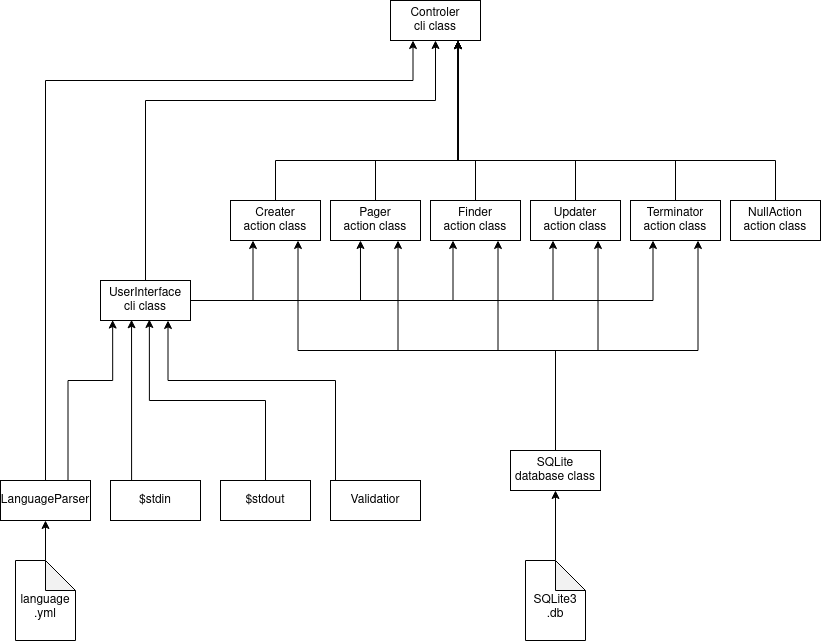
Above: diagram.png in Matt-Warnock/contact-book (draw.io), before the change. Source tidied: cells renumbered, new cells last; positions are measured from the earlier drawing's top-left corner, leaving out a move shared by most shapes.
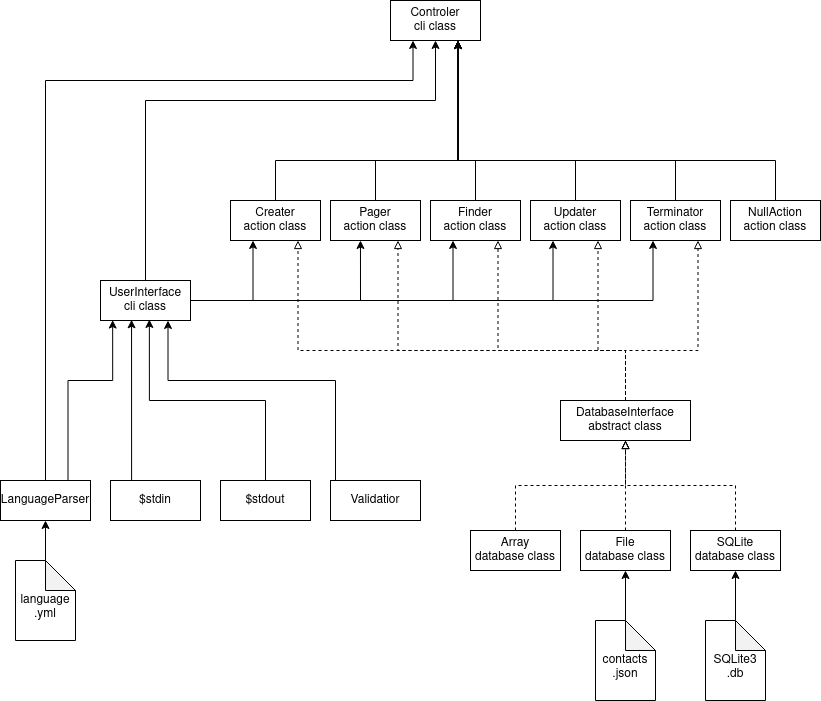
The same file after the commit.

What changed in the source:
```diff
@@ -169,48 +169,51 @@
     <mxCell id="33" value="&lt;div&gt;LanguageParser&lt;/div&gt;" style="whiteSpace=wrap;html=1;" parent="1" vertex="1">
       <mxGeometry y="480" width="90" height="40" as="geometry" />
     </mxCell>
-    <mxCell id="34" style="edgeStyle=orthogonalEdgeStyle;rounded=0;jettySize=auto;html=1;exitX=0.5;exitY=0;exitDx=0;exitDy=0;entryX=0.75;entryY=1;entryDx=0;entryDy=0;" parent="1" edge="1" source="39" target="17">
+    <mxCell id="34" style="edgeStyle=orthogonalEdgeStyle;rounded=0;jettySize=auto;html=1;exitX=0.5;exitY=0;exitDx=0;exitDy=0;entryX=0.75;entryY=1;entryDx=0;entryDy=0;dashed=1;endArrow=block;endFill=0;" parent="1" edge="1" source="49" target="17">
       <mxGeometry relative="1" as="geometry">
         <Array as="points">
-          <mxPoint x="555" y="350" />
+          <mxPoint x="625" y="350" />
           <mxPoint x="698" y="350" />
         </Array>
       </mxGeometry>
     </mxCell>
-    <mxCell id="35" style="edgeStyle=orthogonalEdgeStyle;rounded=0;jettySize=auto;html=1;exitX=0.5;exitY=0;exitDx=0;exitDy=0;entryX=0.75;entryY=1;entryDx=0;entryDy=0;" parent="1" edge="1" source="39" target="15">
+    <mxCell id="35" style="edgeStyle=orthogonalEdgeStyle;rounded=0;jettySize=auto;html=1;exitX=0.5;exitY=0;exitDx=0;exitDy=0;entryX=0.75;entryY=1;entryDx=0;entryDy=0;dashed=1;endArrow=block;endFill=0;" parent="1" edge="1" source="49" target="15">
       <mxGeometry relative="1" as="geometry">
         <Array as="points">
-          <mxPoint x="555" y="350" />
+          <mxPoint x="625" y="350" />
           <mxPoint x="598" y="350" />
         </Array>
       </mxGeometry>
     </mxCell>
-    <mxCell id="36" style="edgeStyle=orthogonalEdgeStyle;rounded=0;jettySize=auto;html=1;exitX=0.5;exitY=0;exitDx=0;exitDy=0;entryX=0.75;entryY=1;entryDx=0;entryDy=0;" parent="1" edge="1" source="39" target="13">
+    <mxCell id="36" style="edgeStyle=orthogonalEdgeStyle;rounded=0;jettySize=auto;html=1;exitX=0.5;exitY=0;exitDx=0;exitDy=0;entryX=0.75;entryY=1;entryDx=0;entryDy=0;dashed=1;endArrow=block;endFill=0;" parent="1" edge="1" source="49" target="13">
       <mxGeometry relative="1" as="geometry">
         <Array as="points">
-          <mxPoint x="555" y="350" />
+          <mxPoint x="625" y="350" />
           <mxPoint x="498" y="350" />
         </Array>
       </mxGeometry>
     </mxCell>
-    <mxCell id="37" style="edgeStyle=orthogonalEdgeStyle;rounded=0;jettySize=auto;html=1;exitX=0.5;exitY=0;exitDx=0;exitDy=0;entryX=0.75;entryY=1;entryDx=0;entryDy=0;" parent="1" edge="1" source="39" target="11">
+    <mxCell id="37" style="edgeStyle=orthogonalEdgeStyle;rounded=0;jettySize=auto;html=1;exitX=0.5;exitY=0;exitDx=0;exitDy=0;entryX=0.75;entryY=1;entryDx=0;entryDy=0;dashed=1;endArrow=block;endFill=0;" parent="1" edge="1" source="49" target="11">
       <mxGeometry relative="1" as="geometry">
         <Array as="points">
-          <mxPoint x="555" y="350" />
+          <mxPoint x="625" y="350" />
           <mxPoint x="398" y="350" />
         </Array>
       </mxGeometry>
     </mxCell>
-    <mxCell id="38" style="edgeStyle=orthogonalEdgeStyle;rounded=0;jettySize=auto;html=1;exitX=0.5;exitY=0;exitDx=0;exitDy=0;entryX=0.75;entryY=1;entryDx=0;entryDy=0;" parent="1" edge="1" source="39" target="9">
+    <mxCell id="38" style="edgeStyle=orthogonalEdgeStyle;rounded=0;jettySize=auto;html=1;exitX=0.5;exitY=0;exitDx=0;exitDy=0;entryX=0.75;entryY=1;entryDx=0;entryDy=0;shadow=0;sketch=0;dashed=1;endArrow=block;endFill=0;" parent="1" edge="1" source="49" target="9">
       <mxGeometry relative="1" as="geometry">
         <Array as="points">
-          <mxPoint x="555" y="350" />
+          <mxPoint x="625" y="350" />
           <mxPoint x="298" y="350" />
         </Array>
       </mxGeometry>
     </mxCell>
+    <mxCell id="48" style="edgeStyle=orthogonalEdgeStyle;rounded=0;sketch=0;jettySize=auto;html=1;exitX=0.5;exitY=0;exitDx=0;exitDy=0;entryX=0.5;entryY=1;entryDx=0;entryDy=0;shadow=0;endArrow=block;endFill=0;dashed=1;" parent="1" edge="1" source="39" target="49">
+      <mxGeometry relative="1" as="geometry" />
+    </mxCell>
     <mxCell id="39" value="&lt;div&gt;SQLite&lt;/div&gt;&lt;div&gt;database class&lt;/div&gt;" style="whiteSpace=wrap;html=1;" parent="1" vertex="1">
-      <mxGeometry x="510" y="450" width="90" height="40" as="geometry" />
+      <mxGeometry x="690" y="530" width="90" height="40" as="geometry" />
     </mxCell>
     <mxCell id="40" style="edgeStyle=orthogonalEdgeStyle;rounded=0;jettySize=auto;html=1;exitX=0.5;exitY=0;exitDx=0;exitDy=0;entryX=0.345;entryY=0.982;entryDx=0;entryDy=0;entryPerimeter=0;" parent="1" edge="1" source="41" target="27">
       <mxGeometry relative="1" as="geometry">
@@ -238,7 +241,28 @@
       <mxGeometry relative="1" as="geometry" />
     </mxCell>
     <mxCell id="47" value="&lt;div&gt;&lt;br&gt;&lt;/div&gt;&lt;div&gt;SQLite3&lt;/div&gt;&lt;div&gt;.db&lt;br&gt;&lt;/div&gt;" style="shape=note;whiteSpace=wrap;html=1;backgroundOutline=1;darkOpacity=0.05;" parent="1" vertex="1">
-      <mxGeometry x="525" y="560" width="60" height="80" as="geometry" />
+      <mxGeometry x="705" y="620" width="60" height="80" as="geometry" />
     </mxCell>
+    <mxCell id="49" value="&lt;div&gt;DatabaseInterface&lt;/div&gt;&lt;div&gt;abstract class&lt;/div&gt;" style="whiteSpace=wrap;html=1;" parent="1" vertex="1">
+      <mxGeometry x="560" y="400" width="130" height="40" as="geometry" />
+    </mxCell>
+    <mxCell id="50" style="edgeStyle=orthogonalEdgeStyle;rounded=0;sketch=0;jettySize=auto;html=1;shadow=0;dashed=1;endArrow=block;endFill=0;strokeColor=#000000;" parent="1" edge="1" source="51" target="49">
+      <mxGeometry relative="1" as="geometry" />
+    </mxCell>
+    <mxCell id="51" value="&lt;div&gt;File&lt;br&gt;&lt;/div&gt;&lt;div&gt;database class&lt;/div&gt;" style="whiteSpace=wrap;html=1;" parent="1" vertex="1">
+      <mxGeometry x="580" y="530" width="90" height="40" as="geometry" />
+    </mxCell>
+    <mxCell id="52" style="edgeStyle=orthogonalEdgeStyle;rounded=0;sketch=0;jettySize=auto;html=1;shadow=0;dashed=1;endArrow=block;endFill=0;strokeColor=#000000;" parent="1" edge="1" source="53" target="49">
+      <mxGeometry relative="1" as="geometry" />
+    </mxCell>
+    <mxCell id="53" value="&lt;div&gt;Array&lt;/div&gt;&lt;div&gt;database class&lt;br&gt;&lt;/div&gt;" style="whiteSpace=wrap;html=1;" parent="1" vertex="1">
+      <mxGeometry x="470" y="530" width="90" height="40" as="geometry" />
+    </mxCell>
+    <mxCell id="54" style="edgeStyle=orthogonalEdgeStyle;rounded=0;jettySize=auto;html=1;" parent="1" edge="1" source="55" target="51">
+      <mxGeometry relative="1" as="geometry" />
+    </mxCell>
+    <mxCell id="55" value="&lt;div&gt;&lt;br&gt;&lt;/div&gt;&lt;div&gt;contacts&lt;/div&gt;&lt;div&gt;.json&lt;br&gt;&lt;/div&gt;" style="shape=note;whiteSpace=wrap;html=1;backgroundOutline=1;darkOpacity=0.05;" parent="1" vertex="1">
+      <mxGeometry x="595" y="620" width="60" height="80" as="geometry" />
+    </mxCell>
   </root>
 </mxGraphModel>
```
